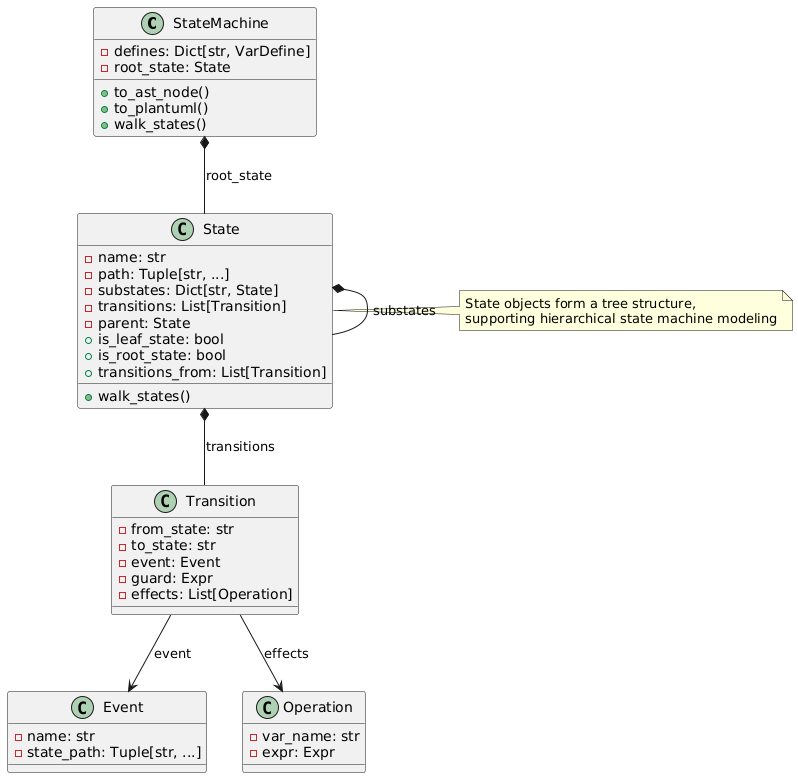
HansBug/pyfcstm keeps this PlantUML diagram as docs/source/tutorials/render/model.puml.png. Above is the earlier version.
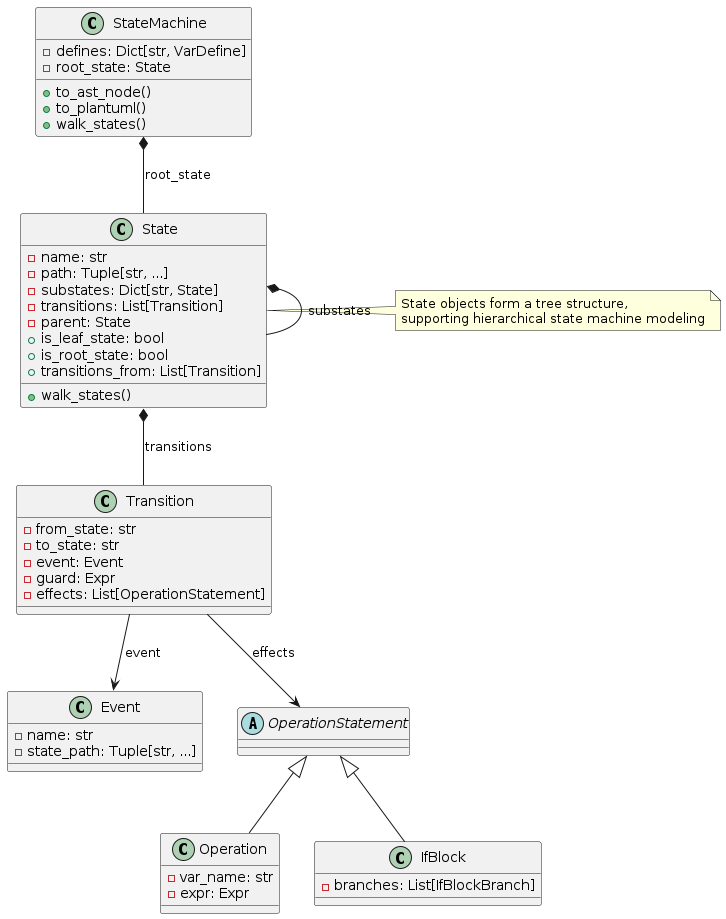
After the change.

What changed in the source:
```diff
@@ -24,7 +24,7 @@
   - to_state: str
   - event: Event
   - guard: Expr
-  - effects: List[Operation]
+  - effects: List[OperationStatement]
 }
 
 class Event {
@@ -32,16 +32,24 @@
   - state_path: Tuple[str, ...]
 }
 
+abstract class OperationStatement
+
 class Operation {
   - var_name: str
   - expr: Expr
+}
+
+class IfBlock {
+  - branches: List[IfBlockBranch]
 }
 
 StateMachine *-- State : root_state
 State *-- State : substates
 State *-- Transition : transitions
 Transition --> Event : event
-Transition --> Operation : effects
+Transition --> OperationStatement : effects
+OperationStatement <|-- Operation
+OperationStatement <|-- IfBlock
 
 note right of State
   State objects form a tree structure,
```
